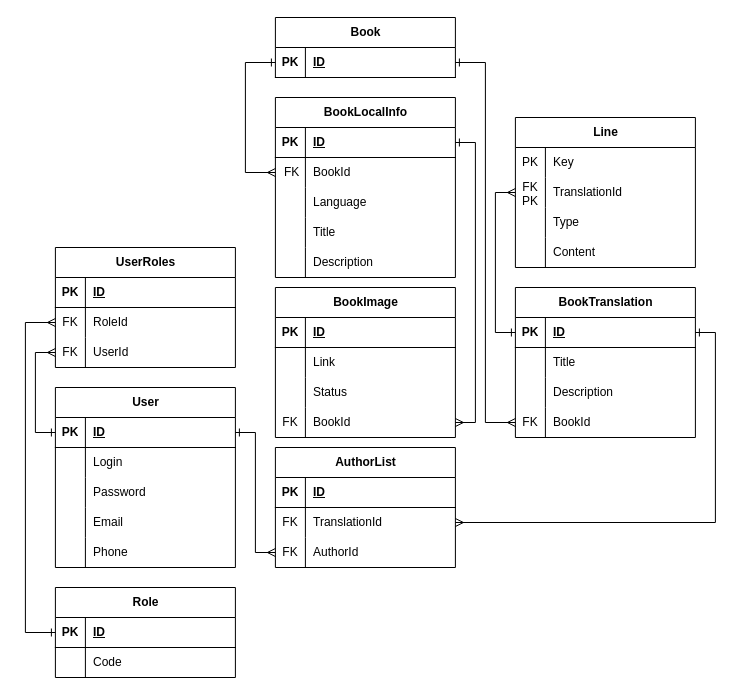
Earlier version of the draw.io diagram public/database/LogModelBR.drawio (RhodeionRX/BookReader_API). Source tidied: cells renumbered, new cells numbered last; positions are measured from the earlier drawing's top-left corner, leaving out a move shared by most shapes. Both pictures are drawn from the tidied source at 100%, with x=0, y=0 at pixel (25, 17).
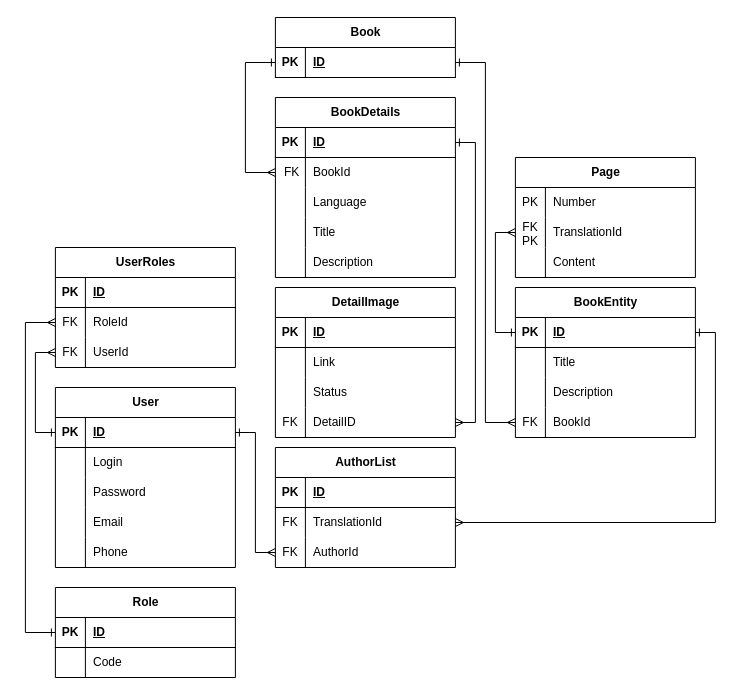
Above is the later version.

The change refers to these unchanged cells:
```xml
<mxCell id="28" style="shape=tableRow;horizontal=0;startSize=0;swimlaneHead=0;swimlaneBody=0;fillColor=none;points=[[0,0.5],[1,0.5]];portConstraint=eastwest;top=0;left=0;right=0;bottom=0;" parent="18" vertex="1">
  <mxGeometry y="120" width="180" height="30" as="geometry" />
</mxCell>
<mxCell id="71" style="shape=tableRow;horizontal=0;startSize=0;swimlaneHead=0;swimlaneBody=0;fillColor=none;points=[[0,0.5],[1,0.5]];portConstraint=eastwest;top=0;left=0;right=0;bottom=1;" parent="70" vertex="1">
  <mxGeometry y="30" width="180" height="30" as="geometry" />
</mxCell>
<mxCell id="84" style="shape=tableRow;horizontal=0;startSize=0;swimlaneHead=0;swimlaneBody=0;fillColor=none;top=0;left=0;right=0;bottom=0;" parent="83" vertex="1">
  <mxGeometry y="30" width="180" height="30" as="geometry" />
</mxCell>
<mxCell id="87" style="shape=tableRow;horizontal=0;startSize=0;swimlaneHead=0;swimlaneBody=0;fillColor=none;points=[[0,0.5],[1,0.5]];portConstraint=eastwest;top=0;left=0;right=0;bottom=0;" parent="83" vertex="1">
  <mxGeometry y="60" width="180" height="30" as="geometry" />
</mxCell>
```

What changed in the source:
```diff
@@
-    <mxCell id="2" value="BookLocalInfo" style="shape=table;startSize=30;childLayout=tableLayout;rowLines=0;fontStyle=1;align=center;html=1;" parent="1" vertex="1">
+    <mxCell id="2" value="BookDetails" style="shape=table;startSize=30;childLayout=tableLayout;rowLines=0;fontStyle=1;align=center;html=1;" parent="1" vertex="1">
       <mxGeometry x="249.9" y="80" width="180" height="180" as="geometry" />
     </mxCell>
@@
-    <mxCell id="18" value="BookImage" style="shape=table;startSize=30;childLayout=tableLayout;rowLines=0;fontStyle=1;align=center;html=1;" parent="1" vertex="1">
+    <mxCell id="18" value="DetailImage" style="shape=table;startSize=30;childLayout=tableLayout;rowLines=0;fontStyle=1;align=center;html=1;" parent="1" vertex="1">
       <mxGeometry x="249.9" y="270" width="180" height="150" as="geometry" />
     </mxCell>
@@
-    <mxCell id="30" value="BookId" style="shape=partialRectangle;fillColor=none;top=0;left=0;bottom=0;right=0;align=left;spacingLeft=6;overflow=hidden;whiteSpace=wrap;html=1;" parent="28" vertex="1">
+    <mxCell id="30" value="DetailID" style="shape=partialRectangle;fillColor=none;top=0;left=0;bottom=0;right=0;align=left;spacingLeft=6;overflow=hidden;whiteSpace=wrap;html=1;" parent="28" vertex="1">
       <mxGeometry x="30" width="150" height="30" as="geometry" />
     </mxCell>
@@
-    <mxCell id="70" value="BookTranslation" style="shape=table;startSize=30;childLayout=tableLayout;rowLines=0;fontStyle=1;align=center;html=1;" parent="1" vertex="1">
+    <mxCell id="70" value="BookEntity" style="shape=table;startSize=30;childLayout=tableLayout;rowLines=0;fontStyle=1;align=center;html=1;" parent="1" vertex="1">
       <mxGeometry x="489.9" y="270" width="180" height="150" as="geometry" />
     </mxCell>
@@
-    <mxCell id="83" value="Line" style="shape=table;startSize=30;childLayout=tableLayout;rowLines=0;fontStyle=1;align=center;html=1;" parent="1" vertex="1">
-      <mxGeometry x="489.9" y="100" width="180" height="150" as="geometry" />
+    <mxCell id="83" value="Page" style="shape=table;startSize=30;childLayout=tableLayout;rowLines=0;fontStyle=1;align=center;html=1;" parent="1" vertex="1">
+      <mxGeometry x="489.9" y="140" width="180" height="120" as="geometry" />
     </mxCell>
@@
-    <mxCell id="86" value="Key" style="shape=partialRectangle;fillColor=none;top=0;left=0;bottom=0;right=0;align=left;spacingLeft=6;overflow=hidden;whiteSpace=wrap;html=1;" parent="84" vertex="1">
+    <mxCell id="86" value="Number" style="shape=partialRectangle;fillColor=none;top=0;left=0;bottom=0;right=0;align=left;spacingLeft=6;overflow=hidden;whiteSpace=wrap;html=1;" parent="84" vertex="1">
       <mxGeometry x="30" width="150" height="30" as="geometry" />
     </mxCell>
@@
-    <mxCell id="90" style="shape=tableRow;horizontal=0;startSize=0;swimlaneHead=0;swimlaneBody=0;fillColor=none;top=0;left=0;right=0;bottom=0;" parent="83" vertex="1">
-      <mxGeometry y="90" width="180" height="30" as="geometry" />
-    </mxCell>
-    <mxCell id="91" style="shape=partialRectangle;fillColor=none;top=0;left=0;bottom=0;right=0;overflow=hidden;whiteSpace=wrap;html=1;" parent="90" vertex="1">
-      <mxGeometry width="30" height="30" as="geometry" />
-    </mxCell>
-    <mxCell id="92" value="Type" style="shape=partialRectangle;fillColor=none;top=0;left=0;bottom=0;right=0;align=left;spacingLeft=6;overflow=hidden;whiteSpace=wrap;html=1;" parent="90" vertex="1">
-      <mxGeometry x="30" width="150" height="30" as="geometry" />
-    </mxCell>
     <mxCell id="93" style="shape=tableRow;horizontal=0;startSize=0;swimlaneHead=0;swimlaneBody=0;fillColor=none;top=0;left=0;right=0;bottom=0;" parent="83" vertex="1">
-      <mxGeometry y="120" width="180" height="30" as="geometry" />
+      <mxGeometry y="90" width="180" height="30" as="geometry" />
     </mxCell>
@@
-    <mxCell id="96" style="edgeStyle=orthogonalEdgeStyle;rounded=0;jettySize=auto;html=1;exitX=0;exitY=0.5;exitDx=0;exitDy=0;entryX=0;entryY=0.5;entryDx=0;entryDy=0;endArrow=ERmany;endFill=0;startArrow=ERone;startFill=0;" parent="1" edge="1" source="71" target="87">
-      <mxGeometry relative="1" as="geometry">
-        <Array as="points">
-          <mxPoint x="469.9" y="315" />
-          <mxPoint x="469.9" y="175" />
-        </Array>
-      </mxGeometry>
-    </mxCell>
@@
+    <mxCell id="96" style="edgeStyle=orthogonalEdgeStyle;rounded=0;jettySize=auto;html=1;entryX=0;entryY=0.5;entryDx=0;entryDy=0;startArrow=ERone;startFill=0;endArrow=ERmany;endFill=0;" parent="1" edge="1" source="71" target="87">
+      <mxGeometry relative="1" as="geometry" />
+    </mxCell>
```
